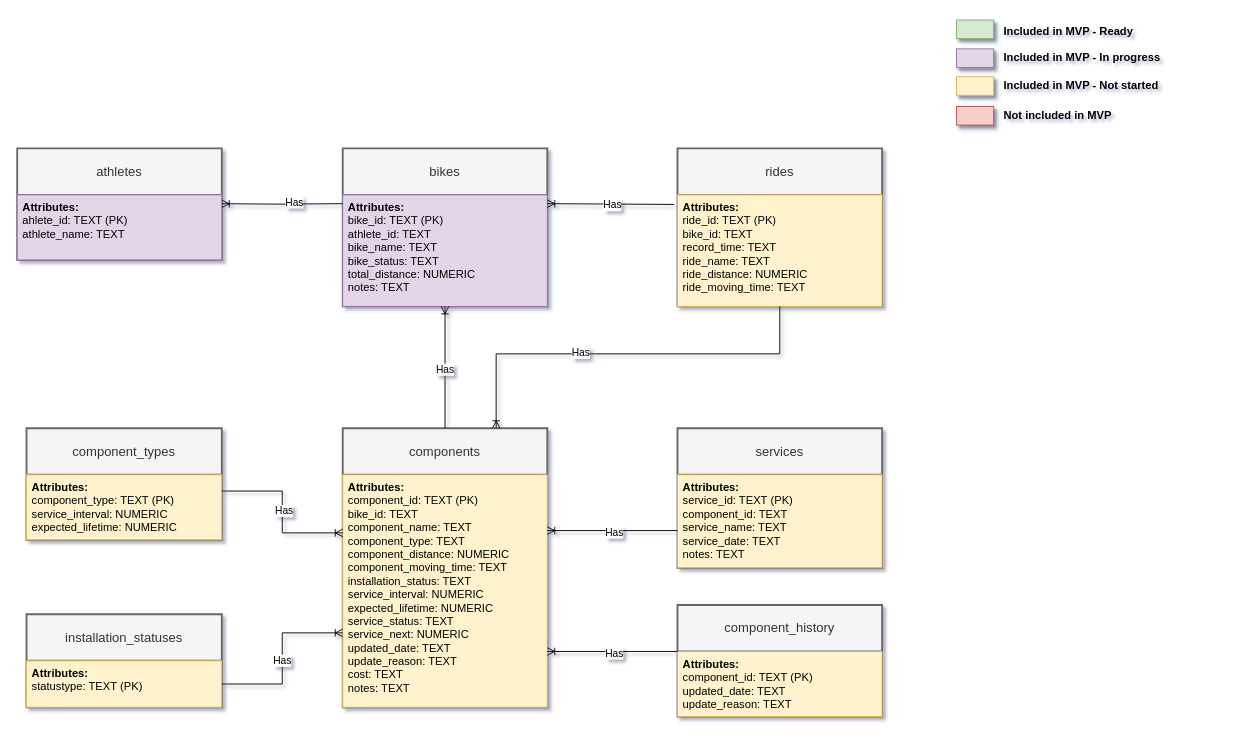
This is page "ER diagram" (2 of 4) of docs/all_diagrams.drawio from xivind/velo-supervisor-2000, a draw.io file, before an edit. Source tidied: cells renumbered, new cells numbered last; positions are measured from the earlier drawing's top-left corner, leaving out a move shared by most shapes. Both pictures are drawn from the tidied source at 93%, with x=0, y=0 at pixel (17, 18).
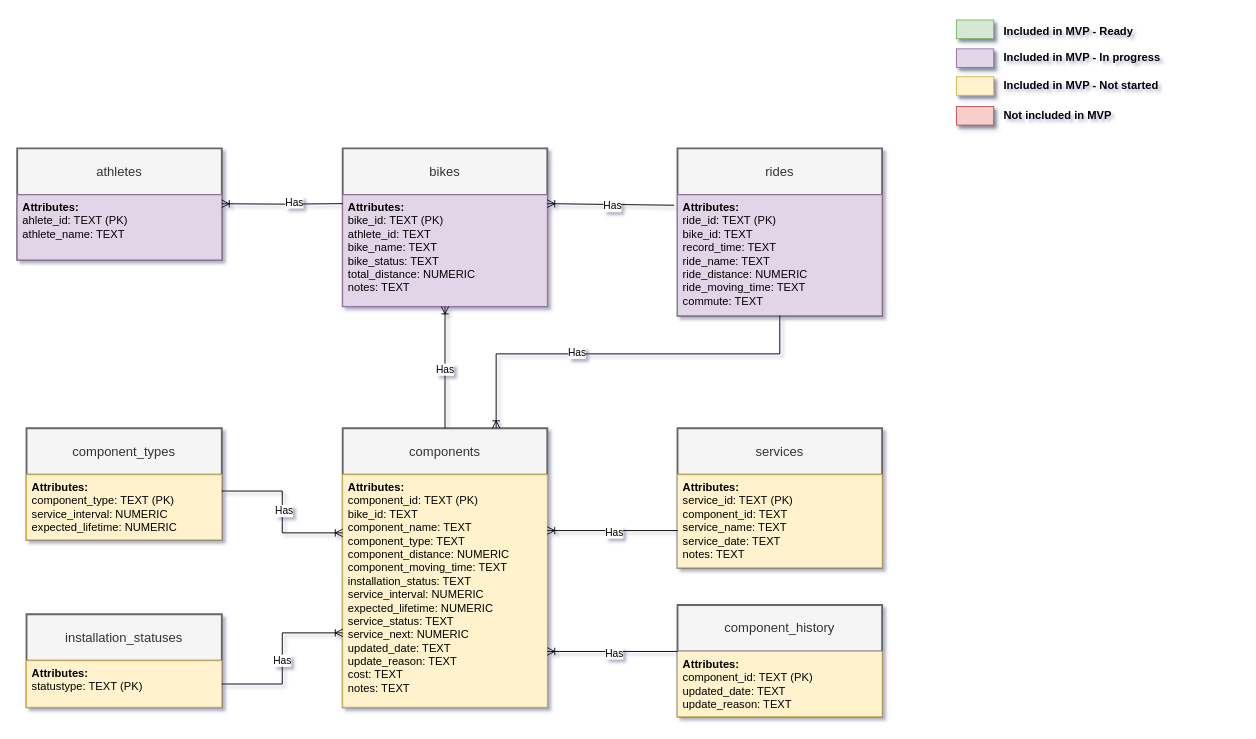
The same diagram, later.

What changed in the source:
```diff
@@
     <mxCell id="4" value="rides" style="swimlane;horizontal=1;startSize=50;rounded=0;fontSize=14;fontStyle=0;strokeWidth=2;shadow=0;dashed=0;align=center;arcSize=0;whiteSpace=wrap;html=1;fillColor=#f5f5f5;fontColor=#333333;strokeColor=#666666;" parent="1" vertex="1">
-      <mxGeometry x="710" y="140" width="220" height="170" as="geometry" />
+      <mxGeometry x="710" y="140" width="220" height="180" as="geometry" />
     </mxCell>
-    <mxCell id="5" value="&lt;div&gt;&lt;b&gt;Attributes:&lt;/b&gt;&lt;br&gt;&lt;/div&gt;ride_id: TEXT&amp;nbsp;(PK)&lt;div&gt;bike_id&lt;span style=&quot;background-color: initial;&quot;&gt;: TEXT&lt;/span&gt;&lt;/div&gt;&lt;div&gt;&lt;span style=&quot;background-color: initial;&quot;&gt;record_time&lt;/span&gt;&lt;span style=&quot;background-color: initial;&quot;&gt;: TEXT&lt;/span&gt;&lt;br&gt;&lt;/div&gt;&lt;div&gt;ride_name&lt;span style=&quot;background-color: initial;&quot;&gt;: TEXT&lt;/span&gt;&lt;/div&gt;&lt;div&gt;&lt;span style=&quot;background-color: initial;&quot;&gt;ride_distance&lt;/span&gt;&lt;span style=&quot;background-color: initial;&quot;&gt;: NUMERIC&lt;/span&gt;&lt;br&gt;&lt;/div&gt;&lt;div&gt;ride_moving_time&lt;span style=&quot;background-color: initial;&quot;&gt;: TEXT&lt;/span&gt;&lt;br&gt;&lt;/div&gt;" style="align=left;spacingLeft=4;fontSize=12;verticalAlign=top;html=1;rounded=0;fillColor=#fff2cc;strokeColor=#d6b656;" parent="4" vertex="1">
-      <mxGeometry y="50" width="220" height="120" as="geometry" />
+    <mxCell id="5" value="&lt;div&gt;&lt;b&gt;Attributes:&lt;/b&gt;&lt;br&gt;&lt;/div&gt;ride_id: TEXT&amp;nbsp;(PK)&lt;div&gt;bike_id&lt;span style=&quot;background-color: initial;&quot;&gt;: TEXT&lt;/span&gt;&lt;/div&gt;&lt;div&gt;&lt;span style=&quot;background-color: initial;&quot;&gt;record_time&lt;/span&gt;&lt;span style=&quot;background-color: initial;&quot;&gt;: TEXT&lt;/span&gt;&lt;br&gt;&lt;/div&gt;&lt;div&gt;ride_name&lt;span style=&quot;background-color: initial;&quot;&gt;: TEXT&lt;/span&gt;&lt;/div&gt;&lt;div&gt;&lt;span style=&quot;background-color: initial;&quot;&gt;ride_distance&lt;/span&gt;&lt;span style=&quot;background-color: initial;&quot;&gt;: NUMERIC&lt;/span&gt;&lt;br&gt;&lt;/div&gt;&lt;div&gt;ride_moving_time&lt;span style=&quot;background-color: initial;&quot;&gt;: TEXT&lt;/span&gt;&lt;br&gt;&lt;/div&gt;&lt;div&gt;&lt;span style=&quot;background-color: initial;&quot;&gt;commute: TEXT&lt;/span&gt;&lt;/div&gt;" style="align=left;spacingLeft=4;fontSize=12;verticalAlign=top;html=1;rounded=0;fillColor=#e1d5e7;strokeColor=#9673a6;" parent="4" vertex="1">
+      <mxGeometry y="50" width="220" height="130" as="geometry" />
     </mxCell>
```
